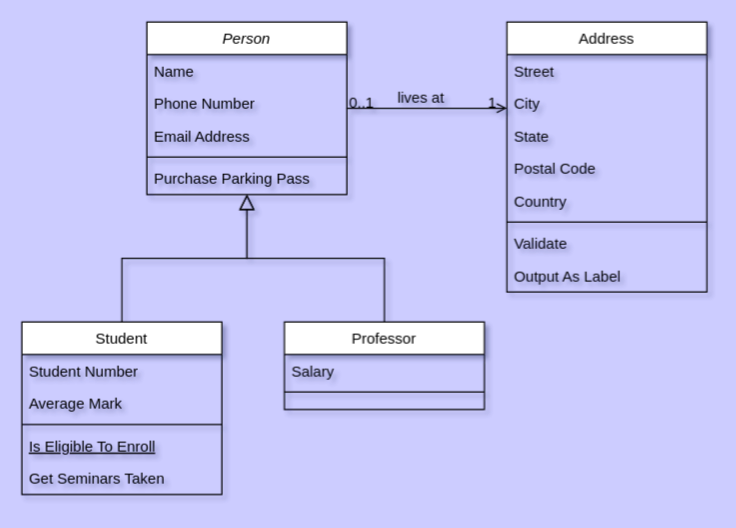
Ramirokaffo/Jeux-du-Serpent keeps this draw.io diagram as Untitled Diagram.drawio. Above is the earlier version. Source tidied: cells renumbered, new cells numbered last; positions are measured from the earlier drawing's top-left corner, leaving out a move shared by most shapes. Both pictures are drawn from the tidied source at 125%, with x=0, y=0 at pixel (21, 21).
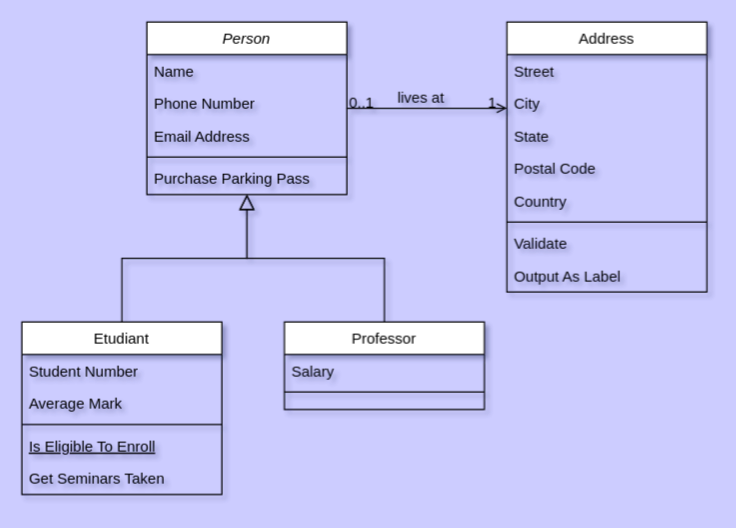
Above is the later version.

The edit, as a diff of the source:
```diff
@@
-    <mxCell id="8" value="Student" style="swimlane;fontStyle=0;align=center;verticalAlign=top;horizontal=1;startSize=26;rounded=0;shadow=0;strokeWidth=1;" parent="1" vertex="1">
+    <mxCell id="8" value="Etudiant" style="swimlane;fontStyle=0;align=center;verticalAlign=top;horizontal=1;startSize=26;rounded=0;shadow=0;strokeWidth=1;" parent="1" vertex="1">
       <mxGeometry y="240" width="160" height="138" as="geometry" />
     </mxCell>
```
